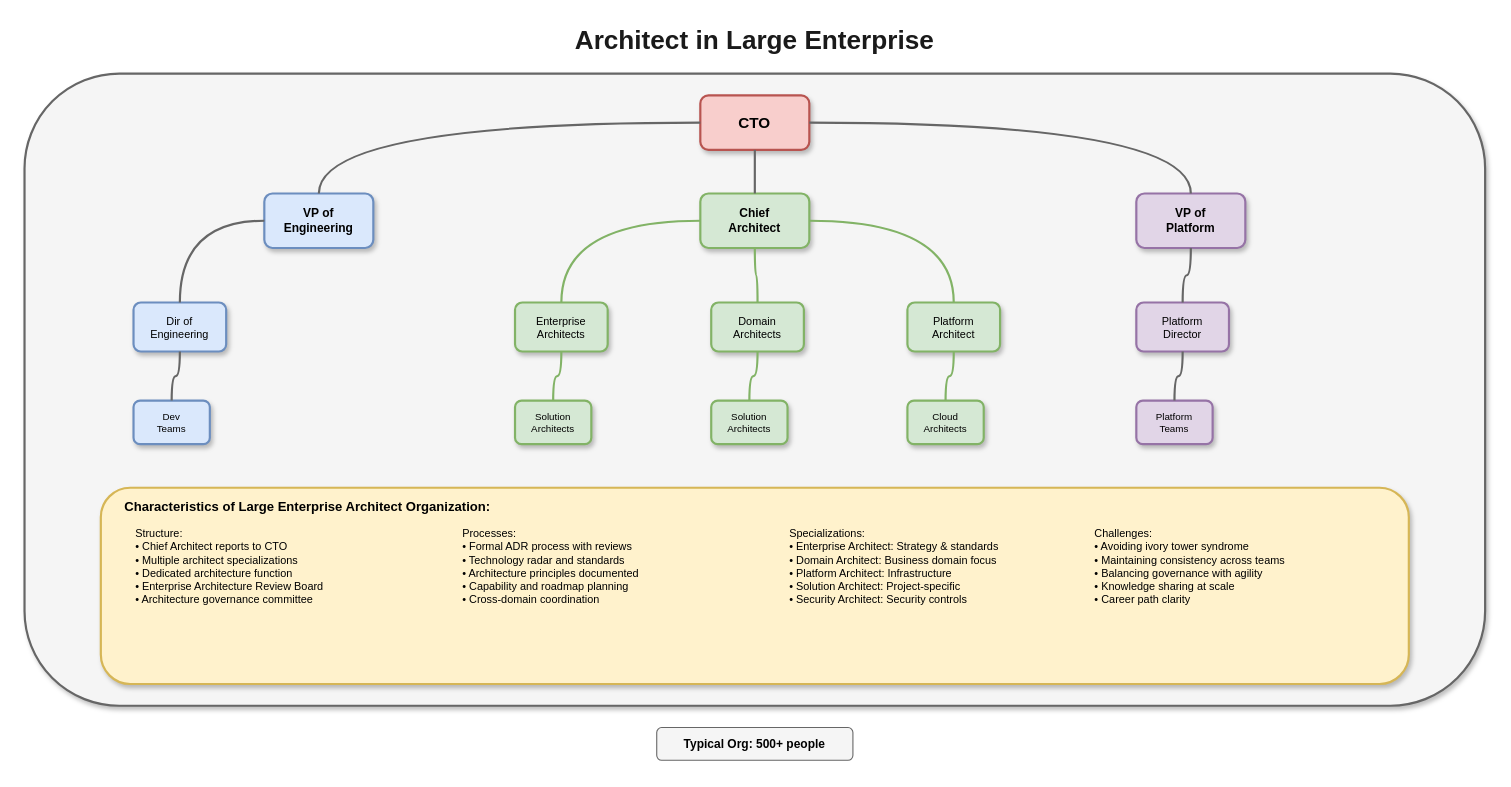
MrParkerZ7/document-lesson-software-architect-x-claude keeps this draw.io diagram as lesson-00-software-architect-overview/02-organizational-positioning/2.3-org-structure-large.drawio. Above is the earlier version. Source tidied: cells renumbered, new cells numbered last; positions are measured from the earlier drawing's top-left corner, leaving out a move shared by most shapes. Both pictures are drawn from the tidied source at 109%, with x=0, y=0 at pixel (24, 19).
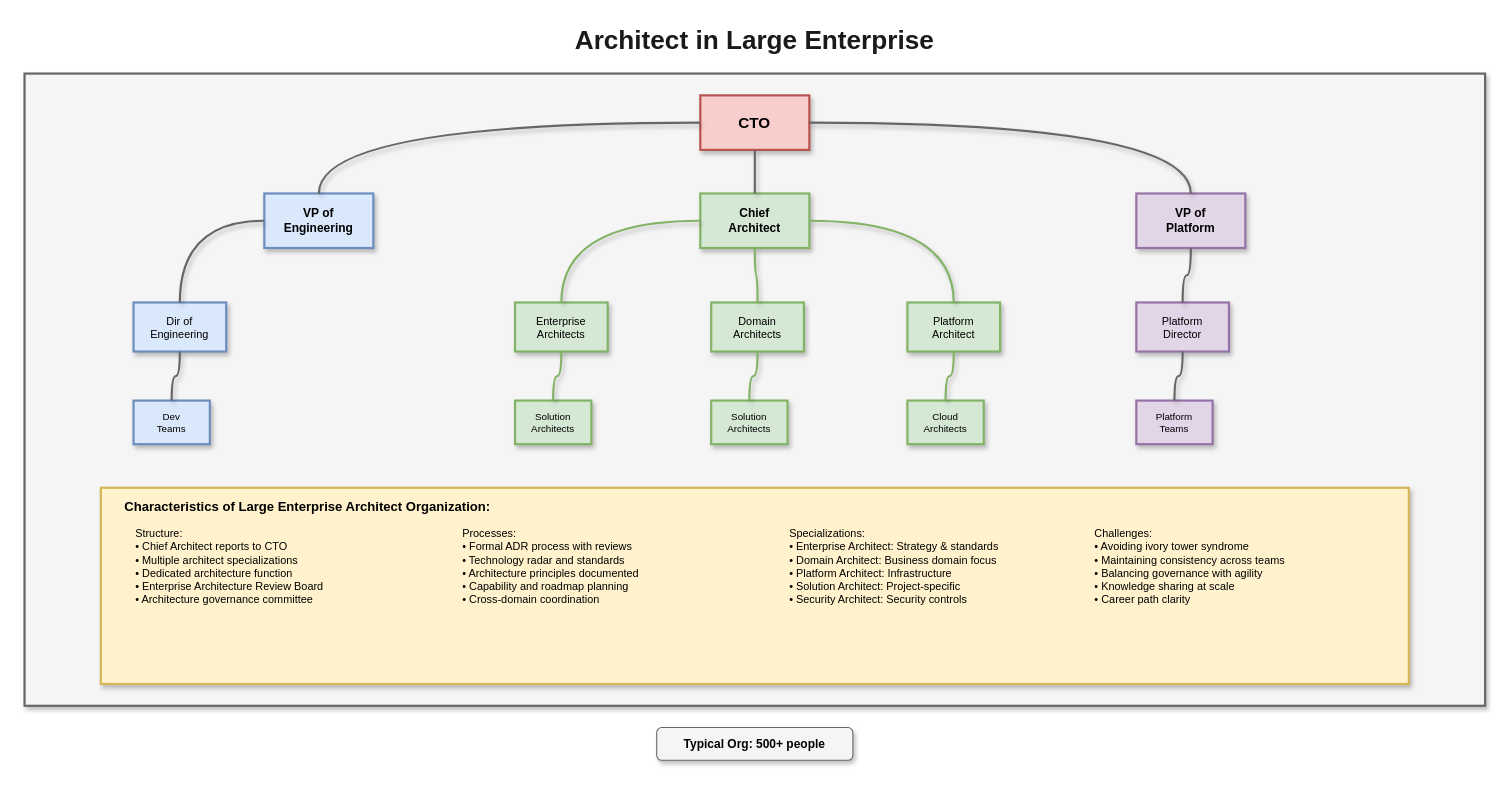
The same page after the edit.

The edit, as a diff of the source:
```diff
@@
-    <mxCell id="3" style="rounded=1;whiteSpace=wrap;html=1;fillColor=#f5f5f5;strokeColor=#666666;strokeWidth=2;shadow=1;" parent="1" vertex="1">
+    <mxCell id="3" style="rounded=0;whiteSpace=wrap;html=1;fillColor=#f5f5f5;strokeColor=#666666;strokeWidth=2;shadow=1;" parent="1" vertex="1">
       <mxGeometry y="50" width="1340" height="580" as="geometry" />
     </mxCell>
-    <mxCell id="4" value="CTO" style="rounded=1;whiteSpace=wrap;html=1;fillColor=#f8cecc;strokeColor=#b85450;fontSize=14;fontStyle=1;shadow=1;strokeWidth=2;" parent="1" vertex="1">
+    <mxCell id="4" value="CTO" style="rounded=0;whiteSpace=wrap;html=1;fillColor=#f8cecc;strokeColor=#b85450;fontSize=14;fontStyle=1;shadow=1;strokeWidth=2;" parent="1" vertex="1">
       <mxGeometry x="620" y="70" width="100" height="50" as="geometry" />
     </mxCell>
-    <mxCell id="5" value="VP of&#10;Engineering" style="rounded=1;whiteSpace=wrap;html=1;fillColor=#dae8fc;strokeColor=#6c8ebf;fontSize=11;fontStyle=1;shadow=1;strokeWidth=2;" parent="1" vertex="1">
+    <mxCell id="5" value="VP of&#10;Engineering" style="rounded=0;whiteSpace=wrap;html=1;fillColor=#dae8fc;strokeColor=#6c8ebf;fontSize=11;fontStyle=1;shadow=1;strokeWidth=2;" parent="1" vertex="1">
       <mxGeometry x="220" y="160" width="100" height="50" as="geometry" />
     </mxCell>
-    <mxCell id="6" value="Chief&#10;Architect" style="rounded=1;whiteSpace=wrap;html=1;fillColor=#d5e8d4;strokeColor=#82b366;fontSize=11;fontStyle=1;shadow=1;strokeWidth=2;" parent="1" vertex="1">
+    <mxCell id="6" value="Chief&#10;Architect" style="rounded=0;whiteSpace=wrap;html=1;fillColor=#d5e8d4;strokeColor=#82b366;fontSize=11;fontStyle=1;shadow=1;strokeWidth=2;" parent="1" vertex="1">
       <mxGeometry x="620" y="160" width="100" height="50" as="geometry" />
     </mxCell>
-    <mxCell id="7" value="VP of&#10;Platform" style="rounded=1;whiteSpace=wrap;html=1;fillColor=#e1d5e7;strokeColor=#9673a6;fontSize=11;fontStyle=1;shadow=1;strokeWidth=2;" parent="1" vertex="1">
+    <mxCell id="7" value="VP of&#10;Platform" style="rounded=0;whiteSpace=wrap;html=1;fillColor=#e1d5e7;strokeColor=#9673a6;fontSize=11;fontStyle=1;shadow=1;strokeWidth=2;" parent="1" vertex="1">
       <mxGeometry x="1020" y="160" width="100" height="50" as="geometry" />
     </mxCell>
-    <mxCell id="8" style="edgeStyle=orthogonalEdgeStyle;curved=1;rounded=1;html=1;strokeColor=#666666;strokeWidth=2;endArrow=none;jumpStyle=arc;jumpSize=10;" parent="1" edge="1" source="4" target="5">
+    <mxCell id="8" style="edgeStyle=orthogonalEdgeStyle;curved=1;rounded=0;html=1;strokeColor=#666666;strokeWidth=2;endArrow=none;jumpStyle=arc;jumpSize=10;shadow=1;flowAnimation=1;" parent="1" edge="1" source="4" target="5">
       <mxGeometry relative="1" as="geometry" />
     </mxCell>
-    <mxCell id="9" style="edgeStyle=orthogonalEdgeStyle;curved=1;rounded=1;html=1;strokeColor=#666666;strokeWidth=2;endArrow=none;jumpStyle=arc;jumpSize=10;" parent="1" edge="1" source="4" target="6">
+    <mxCell id="9" style="edgeStyle=orthogonalEdgeStyle;curved=1;rounded=0;html=1;strokeColor=#666666;strokeWidth=2;endArrow=none;jumpStyle=arc;jumpSize=10;shadow=1;flowAnimation=1;" parent="1" edge="1" source="4" target="6">
       <mxGeometry relative="1" as="geometry" />
     </mxCell>
-    <mxCell id="10" style="edgeStyle=orthogonalEdgeStyle;curved=1;rounded=1;html=1;strokeColor=#666666;strokeWidth=2;endArrow=none;jumpStyle=arc;jumpSize=10;" parent="1" edge="1" source="4" target="7">
+    <mxCell id="10" style="edgeStyle=orthogonalEdgeStyle;curved=1;rounded=0;html=1;strokeColor=#666666;strokeWidth=2;endArrow=none;jumpStyle=arc;jumpSize=10;shadow=1;flowAnimation=1;" parent="1" edge="1" source="4" target="7">
       <mxGeometry relative="1" as="geometry" />
     </mxCell>
-    <mxCell id="11" value="Dir of&#10;Engineering" style="rounded=1;whiteSpace=wrap;html=1;fillColor=#dae8fc;strokeColor=#6c8ebf;fontSize=10;shadow=1;strokeWidth=2;" parent="1" vertex="1">
+    <mxCell id="11" value="Dir of&#10;Engineering" style="rounded=0;whiteSpace=wrap;html=1;fillColor=#dae8fc;strokeColor=#6c8ebf;fontSize=10;shadow=1;strokeWidth=2;" parent="1" vertex="1">
       <mxGeometry x="100" y="260" width="85" height="45" as="geometry" />
     </mxCell>
-    <mxCell id="12" value="Enterprise&#10;Architects" style="rounded=1;whiteSpace=wrap;html=1;fillColor=#d5e8d4;strokeColor=#82b366;fontSize=10;shadow=1;strokeWidth=2;" parent="1" vertex="1">
+    <mxCell id="12" value="Enterprise&#10;Architects" style="rounded=0;whiteSpace=wrap;html=1;fillColor=#d5e8d4;strokeColor=#82b366;fontSize=10;shadow=1;strokeWidth=2;" parent="1" vertex="1">
       <mxGeometry x="450" y="260" width="85" height="45" as="geometry" />
     </mxCell>
-    <mxCell id="13" value="Domain&#10;Architects" style="rounded=1;whiteSpace=wrap;html=1;fillColor=#d5e8d4;strokeColor=#82b366;fontSize=10;shadow=1;strokeWidth=2;" parent="1" vertex="1">
+    <mxCell id="13" value="Domain&#10;Architects" style="rounded=0;whiteSpace=wrap;html=1;fillColor=#d5e8d4;strokeColor=#82b366;fontSize=10;shadow=1;strokeWidth=2;" parent="1" vertex="1">
       <mxGeometry x="630" y="260" width="85" height="45" as="geometry" />
     </mxCell>
-    <mxCell id="14" value="Platform&#10;Architect" style="rounded=1;whiteSpace=wrap;html=1;fillColor=#d5e8d4;strokeColor=#82b366;fontSize=10;shadow=1;strokeWidth=2;" parent="1" vertex="1">
+    <mxCell id="14" value="Platform&#10;Architect" style="rounded=0;whiteSpace=wrap;html=1;fillColor=#d5e8d4;strokeColor=#82b366;fontSize=10;shadow=1;strokeWidth=2;" parent="1" vertex="1">
       <mxGeometry x="810" y="260" width="85" height="45" as="geometry" />
     </mxCell>
-    <mxCell id="15" style="edgeStyle=orthogonalEdgeStyle;curved=1;rounded=1;html=1;strokeColor=#666666;strokeWidth=2;endArrow=none;jumpStyle=arc;jumpSize=10;" parent="1" edge="1" source="5" target="11">
+    <mxCell id="15" style="edgeStyle=orthogonalEdgeStyle;curved=1;rounded=0;html=1;strokeColor=#666666;strokeWidth=2;endArrow=none;jumpStyle=arc;jumpSize=10;shadow=1;flowAnimation=1;" parent="1" edge="1" source="5" target="11">
       <mxGeometry relative="1" as="geometry" />
     </mxCell>
-    <mxCell id="16" style="edgeStyle=orthogonalEdgeStyle;curved=1;rounded=1;html=1;strokeColor=#82b366;strokeWidth=2;endArrow=none;jumpStyle=arc;jumpSize=10;" parent="1" edge="1" source="6" target="12">
+    <mxCell id="16" style="edgeStyle=orthogonalEdgeStyle;curved=1;rounded=0;html=1;strokeColor=#82b366;strokeWidth=2;endArrow=none;jumpStyle=arc;jumpSize=10;shadow=1;flowAnimation=1;" parent="1" edge="1" source="6" target="12">
       <mxGeometry relative="1" as="geometry" />
     </mxCell>
-    <mxCell id="17" style="edgeStyle=orthogonalEdgeStyle;curved=1;rounded=1;html=1;strokeColor=#82b366;strokeWidth=2;endArrow=none;jumpStyle=arc;jumpSize=10;" parent="1" edge="1" source="6" target="13">
+    <mxCell id="17" style="edgeStyle=orthogonalEdgeStyle;curved=1;rounded=0;html=1;strokeColor=#82b366;strokeWidth=2;endArrow=none;jumpStyle=arc;jumpSize=10;shadow=1;flowAnimation=1;" parent="1" edge="1" source="6" target="13">
       <mxGeometry relative="1" as="geometry" />
     </mxCell>
-    <mxCell id="18" style="edgeStyle=orthogonalEdgeStyle;curved=1;rounded=1;html=1;strokeColor=#82b366;strokeWidth=2;endArrow=none;jumpStyle=arc;jumpSize=10;" parent="1" edge="1" source="6" target="14">
+    <mxCell id="18" style="edgeStyle=orthogonalEdgeStyle;curved=1;rounded=0;html=1;strokeColor=#82b366;strokeWidth=2;endArrow=none;jumpStyle=arc;jumpSize=10;shadow=1;flowAnimation=1;" parent="1" edge="1" source="6" target="14">
       <mxGeometry relative="1" as="geometry" />
     </mxCell>
-    <mxCell id="19" value="Dev&#10;Teams" style="rounded=1;whiteSpace=wrap;html=1;fillColor=#dae8fc;strokeColor=#6c8ebf;fontSize=9;shadow=1;strokeWidth=2;" parent="1" vertex="1">
+    <mxCell id="19" value="Dev&#10;Teams" style="rounded=0;whiteSpace=wrap;html=1;fillColor=#dae8fc;strokeColor=#6c8ebf;fontSize=9;shadow=1;strokeWidth=2;" parent="1" vertex="1">
       <mxGeometry x="100" y="350" width="70" height="40" as="geometry" />
     </mxCell>
-    <mxCell id="20" value="Solution&#10;Architects" style="rounded=1;whiteSpace=wrap;html=1;fillColor=#d5e8d4;strokeColor=#82b366;fontSize=9;shadow=1;strokeWidth=2;" parent="1" vertex="1">
+    <mxCell id="20" value="Solution&#10;Architects" style="rounded=0;whiteSpace=wrap;html=1;fillColor=#d5e8d4;strokeColor=#82b366;fontSize=9;shadow=1;strokeWidth=2;" parent="1" vertex="1">
       <mxGeometry x="450" y="350" width="70" height="40" as="geometry" />
     </mxCell>
-    <mxCell id="21" value="Solution&#10;Architects" style="rounded=1;whiteSpace=wrap;html=1;fillColor=#d5e8d4;strokeColor=#82b366;fontSize=9;shadow=1;strokeWidth=2;" parent="1" vertex="1">
+    <mxCell id="21" value="Solution&#10;Architects" style="rounded=0;whiteSpace=wrap;html=1;fillColor=#d5e8d4;strokeColor=#82b366;fontSize=9;shadow=1;strokeWidth=2;" parent="1" vertex="1">
       <mxGeometry x="630" y="350" width="70" height="40" as="geometry" />
     </mxCell>
-    <mxCell id="22" value="Cloud&#10;Architects" style="rounded=1;whiteSpace=wrap;html=1;fillColor=#d5e8d4;strokeColor=#82b366;fontSize=9;shadow=1;strokeWidth=2;" parent="1" vertex="1">
+    <mxCell id="22" value="Cloud&#10;Architects" style="rounded=0;whiteSpace=wrap;html=1;fillColor=#d5e8d4;strokeColor=#82b366;fontSize=9;shadow=1;strokeWidth=2;" parent="1" vertex="1">
       <mxGeometry x="810" y="350" width="70" height="40" as="geometry" />
     </mxCell>
-    <mxCell id="23" value="Platform&#10;Director" style="rounded=1;whiteSpace=wrap;html=1;fillColor=#e1d5e7;strokeColor=#9673a6;fontSize=10;shadow=1;strokeWidth=2;" parent="1" vertex="1">
+    <mxCell id="23" value="Platform&#10;Director" style="rounded=0;whiteSpace=wrap;html=1;fillColor=#e1d5e7;strokeColor=#9673a6;fontSize=10;shadow=1;strokeWidth=2;" parent="1" vertex="1">
       <mxGeometry x="1020" y="260" width="85" height="45" as="geometry" />
     </mxCell>
-    <mxCell id="24" style="edgeStyle=orthogonalEdgeStyle;curved=1;rounded=1;html=1;strokeColor=#666666;strokeWidth=2;endArrow=none;jumpStyle=arc;jumpSize=10;" parent="1" edge="1" source="7" target="23">
+    <mxCell id="24" style="edgeStyle=orthogonalEdgeStyle;curved=1;rounded=0;html=1;strokeColor=#666666;strokeWidth=2;endArrow=none;jumpStyle=arc;jumpSize=10;shadow=1;flowAnimation=1;" parent="1" edge="1" source="7" target="23">
       <mxGeometry relative="1" as="geometry" />
     </mxCell>
-    <mxCell id="25" value="Platform&#10;Teams" style="rounded=1;whiteSpace=wrap;html=1;fillColor=#e1d5e7;strokeColor=#9673a6;fontSize=9;shadow=1;strokeWidth=2;" parent="1" vertex="1">
+    <mxCell id="25" value="Platform&#10;Teams" style="rounded=0;whiteSpace=wrap;html=1;fillColor=#e1d5e7;strokeColor=#9673a6;fontSize=9;shadow=1;strokeWidth=2;" parent="1" vertex="1">
       <mxGeometry x="1020" y="350" width="70" height="40" as="geometry" />
     </mxCell>
-    <mxCell id="26" style="edgeStyle=orthogonalEdgeStyle;curved=1;rounded=1;html=1;strokeColor=#666666;strokeWidth=2;endArrow=none;jumpStyle=arc;jumpSize=10;" parent="1" edge="1" source="11" target="19">
+    <mxCell id="26" style="edgeStyle=orthogonalEdgeStyle;curved=1;rounded=0;html=1;strokeColor=#666666;strokeWidth=2;endArrow=none;jumpStyle=arc;jumpSize=10;shadow=1;flowAnimation=1;" parent="1" edge="1" source="11" target="19">
       <mxGeometry relative="1" as="geometry" />
     </mxCell>
-    <mxCell id="27" style="edgeStyle=orthogonalEdgeStyle;curved=1;rounded=1;html=1;strokeColor=#82b366;strokeWidth=2;endArrow=none;jumpStyle=arc;jumpSize=10;" parent="1" edge="1" source="12" target="20">
+    <mxCell id="27" style="edgeStyle=orthogonalEdgeStyle;curved=1;rounded=0;html=1;strokeColor=#82b366;strokeWidth=2;endArrow=none;jumpStyle=arc;jumpSize=10;shadow=1;flowAnimation=1;" parent="1" edge="1" source="12" target="20">
       <mxGeometry relative="1" as="geometry" />
     </mxCell>
-    <mxCell id="28" style="edgeStyle=orthogonalEdgeStyle;curved=1;rounded=1;html=1;strokeColor=#82b366;strokeWidth=2;endArrow=none;jumpStyle=arc;jumpSize=10;" parent="1" edge="1" source="13" target="21">
+    <mxCell id="28" style="edgeStyle=orthogonalEdgeStyle;curved=1;rounded=0;html=1;strokeColor=#82b366;strokeWidth=2;endArrow=none;jumpStyle=arc;jumpSize=10;shadow=1;flowAnimation=1;" parent="1" edge="1" source="13" target="21">
       <mxGeometry relative="1" as="geometry" />
     </mxCell>
-    <mxCell id="29" style="edgeStyle=orthogonalEdgeStyle;curved=1;rounded=1;html=1;strokeColor=#82b366;strokeWidth=2;endArrow=none;jumpStyle=arc;jumpSize=10;" parent="1" edge="1" source="14" target="22">
+    <mxCell id="29" style="edgeStyle=orthogonalEdgeStyle;curved=1;rounded=0;html=1;strokeColor=#82b366;strokeWidth=2;endArrow=none;jumpStyle=arc;jumpSize=10;shadow=1;flowAnimation=1;" parent="1" edge="1" source="14" target="22">
       <mxGeometry relative="1" as="geometry" />
     </mxCell>
-    <mxCell id="30" style="edgeStyle=orthogonalEdgeStyle;curved=1;rounded=1;html=1;strokeColor=#666666;strokeWidth=2;endArrow=none;jumpStyle=arc;jumpSize=10;" parent="1" edge="1" source="23" target="25">
+    <mxCell id="30" style="edgeStyle=orthogonalEdgeStyle;curved=1;rounded=0;html=1;strokeColor=#666666;strokeWidth=2;endArrow=none;jumpStyle=arc;jumpSize=10;shadow=1;flowAnimation=1;" parent="1" edge="1" source="23" target="25">
       <mxGeometry relative="1" as="geometry" />
     </mxCell>
-    <mxCell id="31" style="rounded=1;whiteSpace=wrap;html=1;fillColor=#fff2cc;strokeColor=#d6b656;strokeWidth=2;shadow=1;" parent="1" vertex="1">
+    <mxCell id="31" style="rounded=0;whiteSpace=wrap;html=1;fillColor=#fff2cc;strokeColor=#d6b656;strokeWidth=2;shadow=1;" parent="1" vertex="1">
       <mxGeometry x="70" y="430" width="1200" height="180" as="geometry" />
     </mxCell>
@@
-    <mxCell id="37" value="Typical Org: 500+ people" style="text;html=1;strokeColor=#666666;fillColor=#f5f5f5;align=center;verticalAlign=middle;whiteSpace=wrap;rounded=1;fontSize=11;fontStyle=1;" parent="1" vertex="1">
+    <mxCell id="37" value="Typical Org: 500+ people" style="text;html=1;strokeColor=#666666;fillColor=#f5f5f5;align=center;verticalAlign=middle;whiteSpace=wrap;rounded=1;fontSize=11;fontStyle=1;shadow=1;" parent="1" vertex="1">
       <mxGeometry x="580" y="650" width="180" height="30" as="geometry" />
     </mxCell>
```
